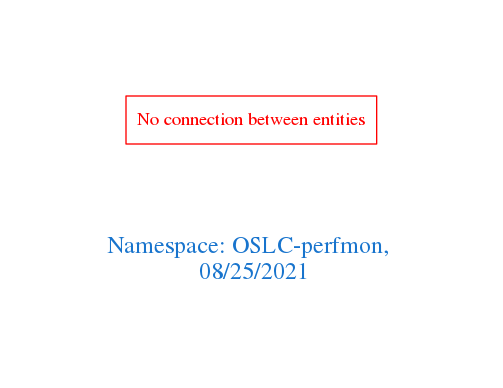
Before: downloads/OSLC-perfmon.png, a diagram exported from Graphviz (arago/OGIT). Its source is kept beside it as downloads/OSLC-perfmon.dot. The source it was exported from:
```dot
digraph OGIT_ontology {
 graph [ rankdir= LR,pad=1
fontsize = 18,
fontcolor= dodgerblue3,label = "\n\n\nNamespace: OSLC-perfmon, \n 08/25/2021"];
node[shape=polygon];
edge [  color="gray81"];

"No connection between entities" [fontcolor = "red",color="red", shape="polygon"]
}
```
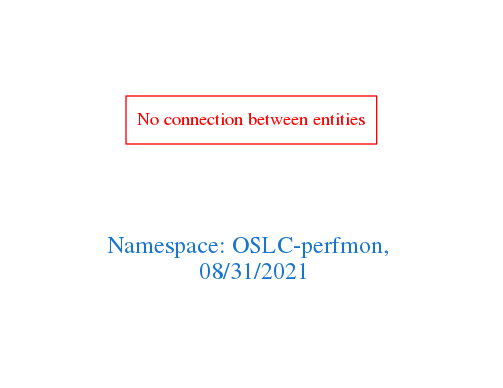
The same diagram one commit later.

What changed in the source:
```diff
@@ -1,7 +1,7 @@
 digraph OGIT_ontology {
  graph [ rankdir= LR,pad=1
 fontsize = 18,
-fontcolor= dodgerblue3,label = "\n\n\nNamespace: OSLC-perfmon, \n 08/25/2021"];
+fontcolor= dodgerblue3,label = "\n\n\nNamespace: OSLC-perfmon, \n 08/31/2021"];
 node[shape=polygon];
 edge [  color="gray81"];
 
```
